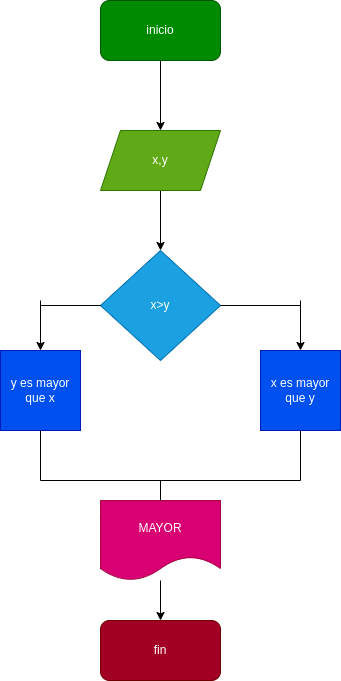
This is diagrama.png from lizethcifuentes/mayor_2enteros, a draw.io export, as it was before one commit. Source tidied: cells renumbered, new cells last; positions are measured from the earlier drawing's top-left corner, leaving out a move shared by most shapes.
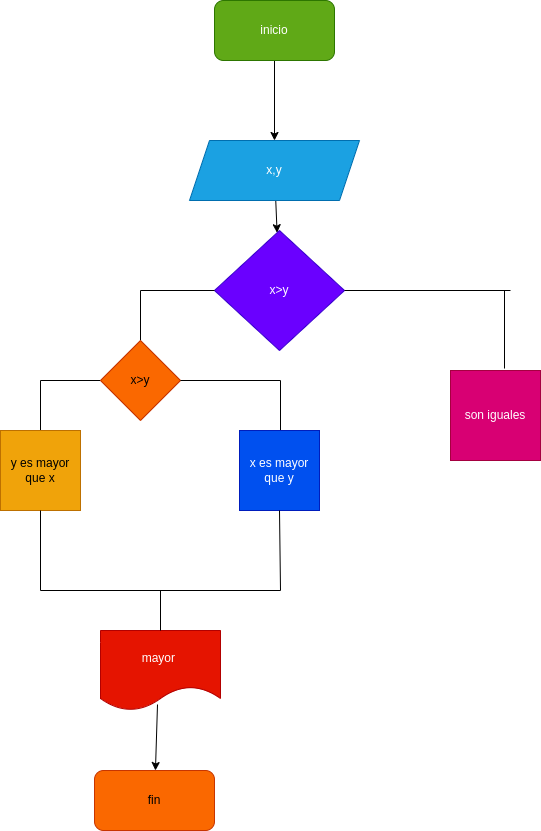
After the commit.

What changed in the source:
```diff
@@ -2,76 +2,109 @@
   <root>
     <mxCell id="0" />
     <mxCell id="1" parent="0" />
-    <mxCell id="2" style="edgeStyle=none;html=1;" parent="1" edge="1" source="3" target="5">
-      <mxGeometry relative="1" as="geometry" />
-    </mxCell>
-    <mxCell id="3" value="inicio" style="rounded=1;whiteSpace=wrap;html=1;fillColor=#008a00;fontColor=#ffffff;strokeColor=#005700;" parent="1" vertex="1">
-      <mxGeometry x="100" width="120" height="60" as="geometry" />
+    <mxCell id="3" style="edgeStyle=none;html=1;" parent="1" edge="1" source="5" target="21">
+      <mxGeometry relative="1" as="geometry" />
     </mxCell>
-    <mxCell id="4" style="edgeStyle=none;html=1;" parent="1" edge="1" source="5" target="6">
-      <mxGeometry relative="1" as="geometry" />
-    </mxCell>
-    <mxCell id="5" value="x,y" style="shape=parallelogram;perimeter=parallelogramPerimeter;whiteSpace=wrap;html=1;fixedSize=1;fillColor=#60a917;fontColor=#ffffff;strokeColor=#2D7600;" parent="1" vertex="1">
-      <mxGeometry x="100" y="130" width="120" height="60" as="geometry" />
+    <mxCell id="5" value="inicio" style="rounded=1;whiteSpace=wrap;html=1;fillColor=#60a917;fontColor=#ffffff;strokeColor=#2D7600;" parent="1" vertex="1">
+      <mxGeometry x="154" width="120" height="60" as="geometry" />
     </mxCell>
+    <mxCell id="20" style="edgeStyle=none;html=1;" parent="1" edge="1" source="21" target="7">
+      <mxGeometry relative="1" as="geometry" />
+    </mxCell>
+    <mxCell id="21" value="x,y" style="shape=parallelogram;perimeter=parallelogramPerimeter;whiteSpace=wrap;html=1;fixedSize=1;fillColor=#1ba1e2;fontColor=#ffffff;strokeColor=#006EAF;" parent="1" vertex="1">
+      <mxGeometry x="129" y="140" width="170" height="60" as="geometry" />
+    </mxCell>
-    <mxCell id="6" value="x&amp;gt;y" style="rhombus;whiteSpace=wrap;html=1;fillColor=#1ba1e2;fontColor=#ffffff;strokeColor=#006EAF;" parent="1" vertex="1">
-      <mxGeometry x="100" y="250" width="120" height="110" as="geometry" />
+    <mxCell id="6" style="edgeStyle=none;html=1;" parent="1" edge="1" target="7">
+      <mxGeometry relative="1" as="geometry">
+        <mxPoint x="215.5" y="290" as="sourcePoint" />
+      </mxGeometry>
     </mxCell>
-    <mxCell id="7" value="y es mayor que x" style="whiteSpace=wrap;html=1;fillColor=#0050ef;fontColor=#ffffff;strokeColor=#001DBC;" parent="1" vertex="1">
-      <mxGeometry y="350" width="80" height="80" as="geometry" />
+    <mxCell id="7" value="x&amp;gt;y" style="rhombus;whiteSpace=wrap;html=1;fillColor=#6a00ff;fontColor=#ffffff;strokeColor=#3700CC;" parent="1" vertex="1">
+      <mxGeometry x="154" y="230" width="130" height="120" as="geometry" />
     </mxCell>
-    <mxCell id="8" value="x es mayor que y" style="whiteSpace=wrap;html=1;fillColor=#0050ef;fontColor=#ffffff;strokeColor=#001DBC;" parent="1" vertex="1">
-      <mxGeometry x="260" y="350" width="80" height="80" as="geometry" />
+    <mxCell id="8" value="son iguales" style="whiteSpace=wrap;html=1;fillColor=#d80073;fontColor=#ffffff;strokeColor=#A50040;" parent="1" vertex="1">
+      <mxGeometry x="390" y="370" width="90" height="90" as="geometry" />
     </mxCell>
-    <mxCell id="9" style="edgeStyle=none;html=1;" parent="1" edge="1" source="10" target="11">
+    <mxCell id="9" style="edgeStyle=none;html=1;exitX=0.475;exitY=0.925;exitDx=0;exitDy=0;exitPerimeter=0;" parent="1" edge="1" source="10" target="11">
       <mxGeometry relative="1" as="geometry" />
     </mxCell>
-    <mxCell id="10" value="MAYOR" style="shape=document;whiteSpace=wrap;html=1;boundedLbl=1;fillColor=#d80073;fontColor=#ffffff;strokeColor=#A50040;" parent="1" vertex="1">
-      <mxGeometry x="100" y="500" width="120" height="80" as="geometry" />
+    <mxCell id="10" value="mayor&amp;nbsp;" style="shape=document;whiteSpace=wrap;html=1;boundedLbl=1;fillColor=#e51400;fontColor=#ffffff;strokeColor=#B20000;" parent="1" vertex="1">
+      <mxGeometry x="40" y="630" width="120" height="80" as="geometry" />
     </mxCell>
-    <mxCell id="11" value="fin" style="rounded=1;whiteSpace=wrap;html=1;fillColor=#a20025;fontColor=#ffffff;strokeColor=#6F0000;" parent="1" vertex="1">
-      <mxGeometry x="100" y="620" width="120" height="60" as="geometry" />
+    <mxCell id="11" value="fin" style="rounded=1;whiteSpace=wrap;html=1;fillColor=#fa6800;fontColor=#000000;strokeColor=#C73500;" parent="1" vertex="1">
+      <mxGeometry x="34" y="770" width="120" height="60" as="geometry" />
     </mxCell>
-    <mxCell id="12" style="endArrow=none;html=1;exitX=1;exitY=0.5;exitDx=0;exitDy=0;" parent="1" edge="1" source="6">
-      <mxGeometry relative="1" as="geometry">
-        <mxPoint x="300" y="305" as="targetPoint" />
-      </mxGeometry>
-    </mxCell>
-    <mxCell id="13" style="endArrow=none;html=1;exitX=0;exitY=0.5;exitDx=0;exitDy=0;" parent="1" edge="1" source="6">
-      <mxGeometry relative="1" as="geometry">
-        <mxPoint x="40" y="305" as="targetPoint" />
-      </mxGeometry>
-    </mxCell>
-    <mxCell id="14" style="endArrow=classic;html=1;entryX=0.5;entryY=0;entryDx=0;entryDy=0;" parent="1" edge="1" target="7">
-      <mxGeometry relative="1" as="geometry">
-        <mxPoint x="40" y="300" as="sourcePoint" />
-      </mxGeometry>
-    </mxCell>
-    <mxCell id="15" style="endArrow=classic;html=1;entryX=0.5;entryY=0;entryDx=0;entryDy=0;" parent="1" edge="1" target="8">
-      <mxGeometry relative="1" as="geometry">
-        <mxPoint x="300" y="300" as="sourcePoint" />
-      </mxGeometry>
-    </mxCell>
-    <mxCell id="16" style="endArrow=none;html=1;" parent="1" edge="1">
-      <mxGeometry relative="1" as="geometry">
-        <mxPoint x="40" y="480" as="sourcePoint" />
-        <mxPoint x="300" y="480" as="targetPoint" />
-      </mxGeometry>
-    </mxCell>
-    <mxCell id="17" style="endArrow=none;html=1;exitX=0.5;exitY=1;exitDx=0;exitDy=0;" parent="1" edge="1" source="8">
-      <mxGeometry relative="1" as="geometry">
-        <mxPoint x="300" y="480" as="targetPoint" />
-      </mxGeometry>
-    </mxCell>
-    <mxCell id="18" style="endArrow=none;html=1;entryX=0.5;entryY=1;entryDx=0;entryDy=0;" parent="1" edge="1" target="7">
-      <mxGeometry relative="1" as="geometry">
-        <mxPoint x="40" y="480" as="sourcePoint" />
-      </mxGeometry>
-    </mxCell>
-    <mxCell id="19" style="endArrow=none;html=1;" parent="1" edge="1" target="10">
-      <mxGeometry relative="1" as="geometry">
-        <mxPoint x="160" y="480" as="sourcePoint" />
-      </mxGeometry>
-    </mxCell>
+    <mxCell id="22" style="endArrow=none;html=1;entryX=1;entryY=0.5;entryDx=0;entryDy=0;" parent="1" edge="1" target="7">
+      <mxGeometry relative="1" as="geometry">
+        <mxPoint x="450" y="290" as="sourcePoint" />
+      </mxGeometry>
+    </mxCell>
+    <mxCell id="23" style="endArrow=none;html=1;exitX=0.6;exitY=-0.022;exitDx=0;exitDy=0;exitPerimeter=0;" parent="1" edge="1" source="8">
+      <mxGeometry relative="1" as="geometry">
+        <mxPoint x="444" y="290" as="targetPoint" />
+      </mxGeometry>
+    </mxCell>
+    <mxCell id="24" style="endArrow=none;html=1;entryX=0;entryY=0.5;entryDx=0;entryDy=0;" parent="1" edge="1" target="7">
+      <mxGeometry relative="1" as="geometry">
+        <mxPoint x="80" y="290" as="sourcePoint" />
+      </mxGeometry>
+    </mxCell>
+    <mxCell id="25" style="endArrow=none;html=1;" parent="1" edge="1" target="29">
+      <mxGeometry relative="1" as="geometry">
+        <mxPoint x="80" y="290" as="sourcePoint" />
+      </mxGeometry>
+    </mxCell>
+    <mxCell id="26" style="endArrow=none;html=1;" parent="1" edge="1">
+      <mxGeometry relative="1" as="geometry">
+        <mxPoint x="-20" y="590" as="sourcePoint" />
+        <mxPoint x="220" y="590" as="targetPoint" />
+      </mxGeometry>
+    </mxCell>
+    <mxCell id="27" style="endArrow=none;html=1;entryX=0;entryY=0.5;entryDx=0;entryDy=0;" parent="1" edge="1" target="29">
+      <mxGeometry relative="1" as="geometry">
+        <mxPoint x="-20" y="380" as="sourcePoint" />
+      </mxGeometry>
+    </mxCell>
+    <mxCell id="28" style="endArrow=none;html=1;entryX=0.5;entryY=0;entryDx=0;entryDy=0;" parent="1" edge="1" target="10">
+      <mxGeometry relative="1" as="geometry">
+        <mxPoint x="100" y="590" as="sourcePoint" />
+      </mxGeometry>
+    </mxCell>
+    <mxCell id="29" value="x&amp;gt;y" style="rhombus;whiteSpace=wrap;html=1;fillColor=#fa6800;fontColor=#000000;strokeColor=#C73500;" parent="1" vertex="1">
+      <mxGeometry x="40" y="340" width="80" height="80" as="geometry" />
+    </mxCell>
+    <mxCell id="30" style="endArrow=none;html=1;entryX=1;entryY=0.5;entryDx=0;entryDy=0;" parent="1" edge="1" target="29">
+      <mxGeometry relative="1" as="geometry">
+        <mxPoint x="220" y="380" as="sourcePoint" />
+      </mxGeometry>
+    </mxCell>
+    <mxCell id="31" style="endArrow=none;html=1;" parent="1" edge="1">
+      <mxGeometry relative="1" as="geometry">
+        <mxPoint x="220" y="450" as="sourcePoint" />
+        <mxPoint x="220" y="380" as="targetPoint" />
+      </mxGeometry>
+    </mxCell>
+    <mxCell id="32" style="endArrow=none;html=1;" parent="1" edge="1">
+      <mxGeometry relative="1" as="geometry">
+        <mxPoint x="-20" y="450" as="sourcePoint" />
+        <mxPoint x="-20" y="380" as="targetPoint" />
+      </mxGeometry>
+    </mxCell>
+    <mxCell id="33" value="x es mayor que y" style="whiteSpace=wrap;html=1;fillColor=#0050ef;fontColor=#ffffff;strokeColor=#001DBC;" parent="1" vertex="1">
+      <mxGeometry x="179" y="430" width="80" height="80" as="geometry" />
+    </mxCell>
+    <mxCell id="34" value="y es mayor que x" style="whiteSpace=wrap;html=1;fillColor=#f0a30a;fontColor=#000000;strokeColor=#BD7000;" parent="1" vertex="1">
+      <mxGeometry x="-60" y="430" width="80" height="80" as="geometry" />
+    </mxCell>
+    <mxCell id="35" style="endArrow=none;html=1;entryX=0.5;entryY=1;entryDx=0;entryDy=0;" parent="1" edge="1" target="33">
+      <mxGeometry relative="1" as="geometry">
+        <mxPoint x="220" y="590" as="sourcePoint" />
+      </mxGeometry>
+    </mxCell>
+    <mxCell id="36" style="endArrow=none;html=1;exitX=0.5;exitY=1;exitDx=0;exitDy=0;" parent="1" edge="1" source="34">
+      <mxGeometry relative="1" as="geometry">
+        <mxPoint x="-20" y="590" as="targetPoint" />
+      </mxGeometry>
+    </mxCell>
   </root>
 </mxGraphModel>
```
